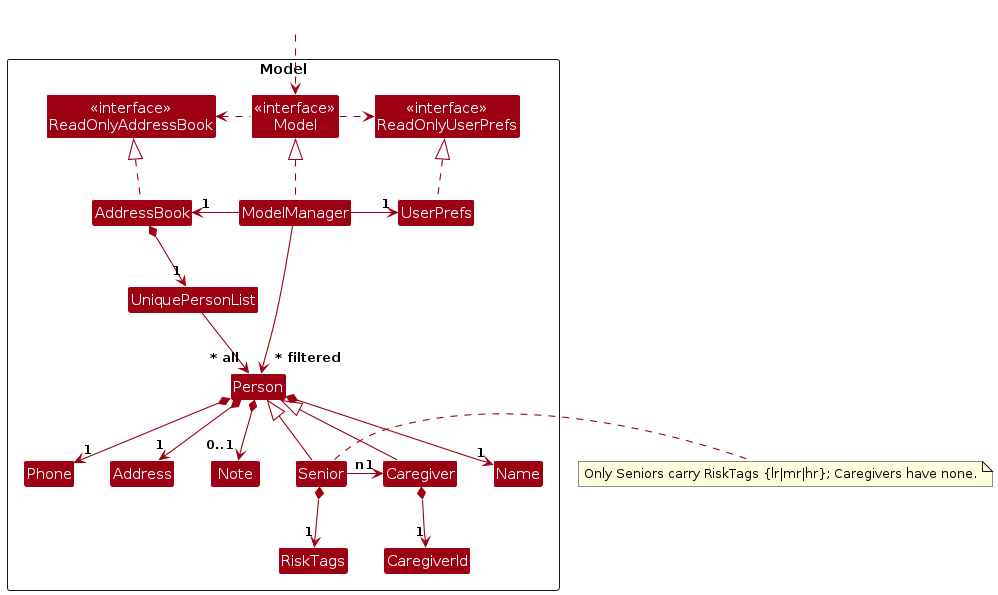
The PlantUML diagram diagrams/ModelClassDiagram.png in AY2526S1-CS2103-F13-4/tp, before a commit. Its source is kept beside it as diagrams/ModelClassDiagram.puml.
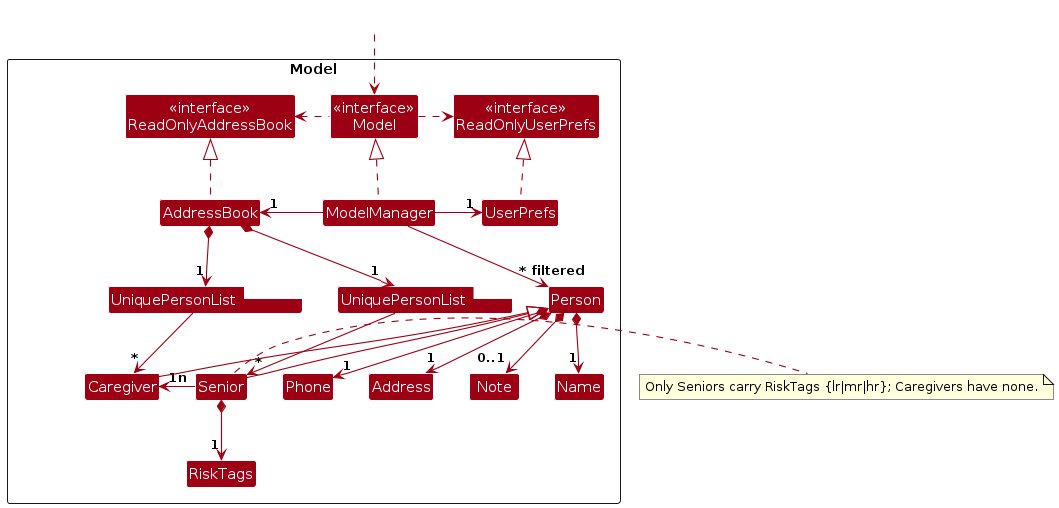
The same diagram one commit later.

Change to the diagram source:
```diff
@@ -11,8 +11,8 @@
 Class AddressBook
 Class ModelManager
 Class UserPrefs
-
-Class UniquePersonList
+Class "UniquePersonList<Senior>" as UniquePersonListSenior
+Class "UniquePersonList<Caregiver>" as UniquePersonListCaregiver
 Class Person
 Class Name
 Class Phone
@@ -23,7 +23,6 @@
 Class RiskTags
 
 Class Caregiver
-Class CaregiverId
 
 Class I #FFFFFF
 }
@@ -40,27 +39,32 @@
 ModelManager -right-> "1" UserPrefs
 UserPrefs .up.|> ReadOnlyUserPrefs
 
-AddressBook *--> "1" UniquePersonList
-UniquePersonList --> "~* all" Person
+
+AddressBook *--> "1" UniquePersonListSenior
+AddressBook *--> "1" UniquePersonListCaregiver
+UniquePersonListSenior --> "*"Senior
+UniquePersonListCaregiver --> "*"Caregiver
+
 Person *--> "1" Name
 Person *--> "1" Phone
 Person *--> "1" Address
 Person *--> "0..1" Note
 
 Person -[hidden]right--> I
-UniquePersonList -[hidden]right> I
+UniquePersonListSenior -[hidden]right> I
+UniquePersonListCaregiver -[hidden]right> I
 AddressBook -[hidden]right> I
 
 Name -[hidden]right-> Phone
 Phone -[hidden]right-> Address
 Address -[hidden]right-> Note
 
+
 Senior -up-|> Person
 Senior *--> "1" RiskTags
     Senior "n" -right-> "1" Caregiver
 
 Caregiver -up-|> Person
-Caregiver *--> "1" CaregiverId
 
 ModelManager --> "~* filtered" Person
 
```
